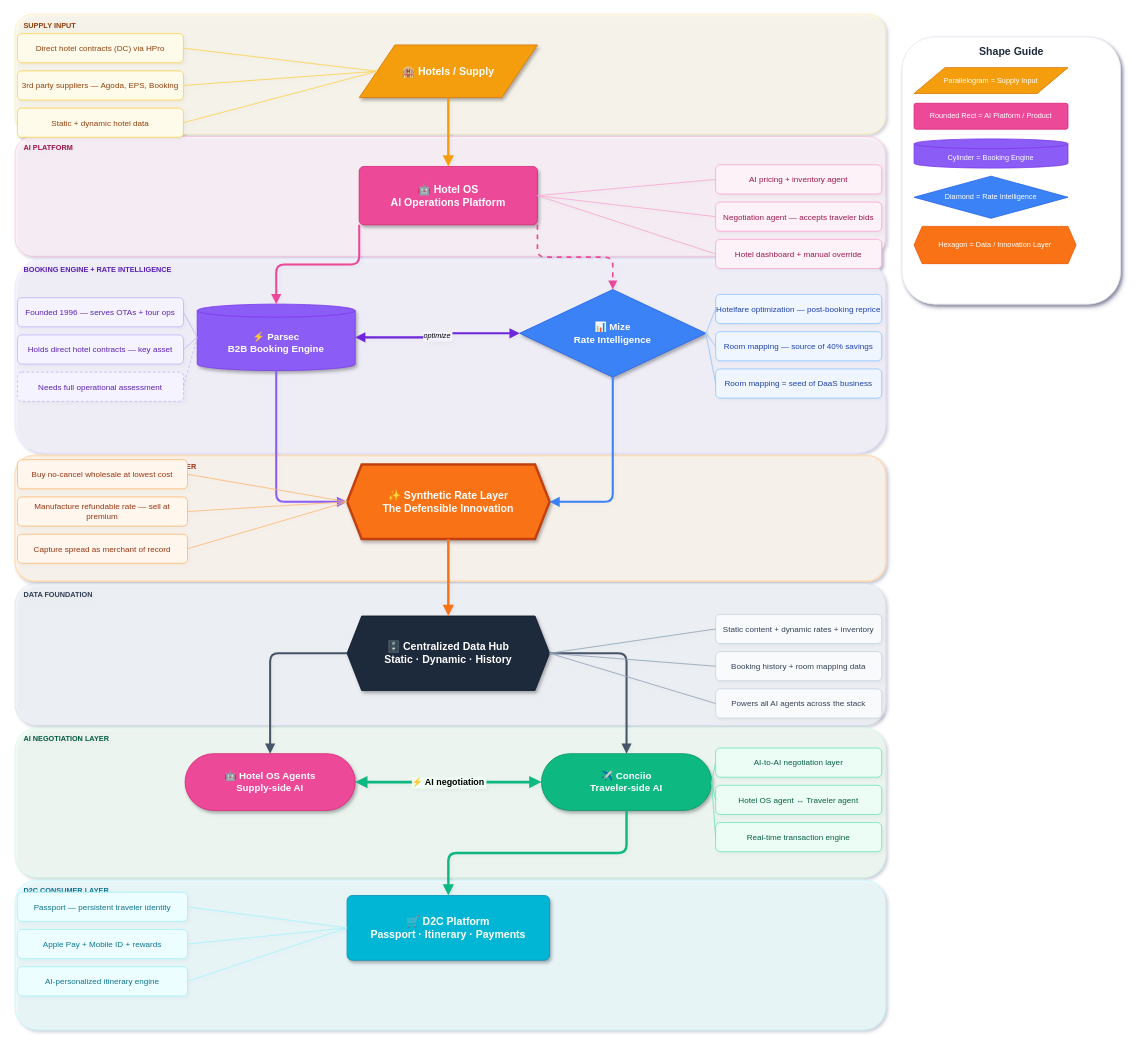
inyoungjuliachung-max/draw_flowchart keeps this draw.io diagram as yanolja_platform_flow.drawio. Above is the earlier version. Source tidied: cells renumbered, new cells numbered last; positions are measured from the earlier drawing's top-left corner, leaving out a move shared by most shapes. Both pictures are drawn from the tidied source at 81%, with x=0, y=0 at pixel (15, 14).
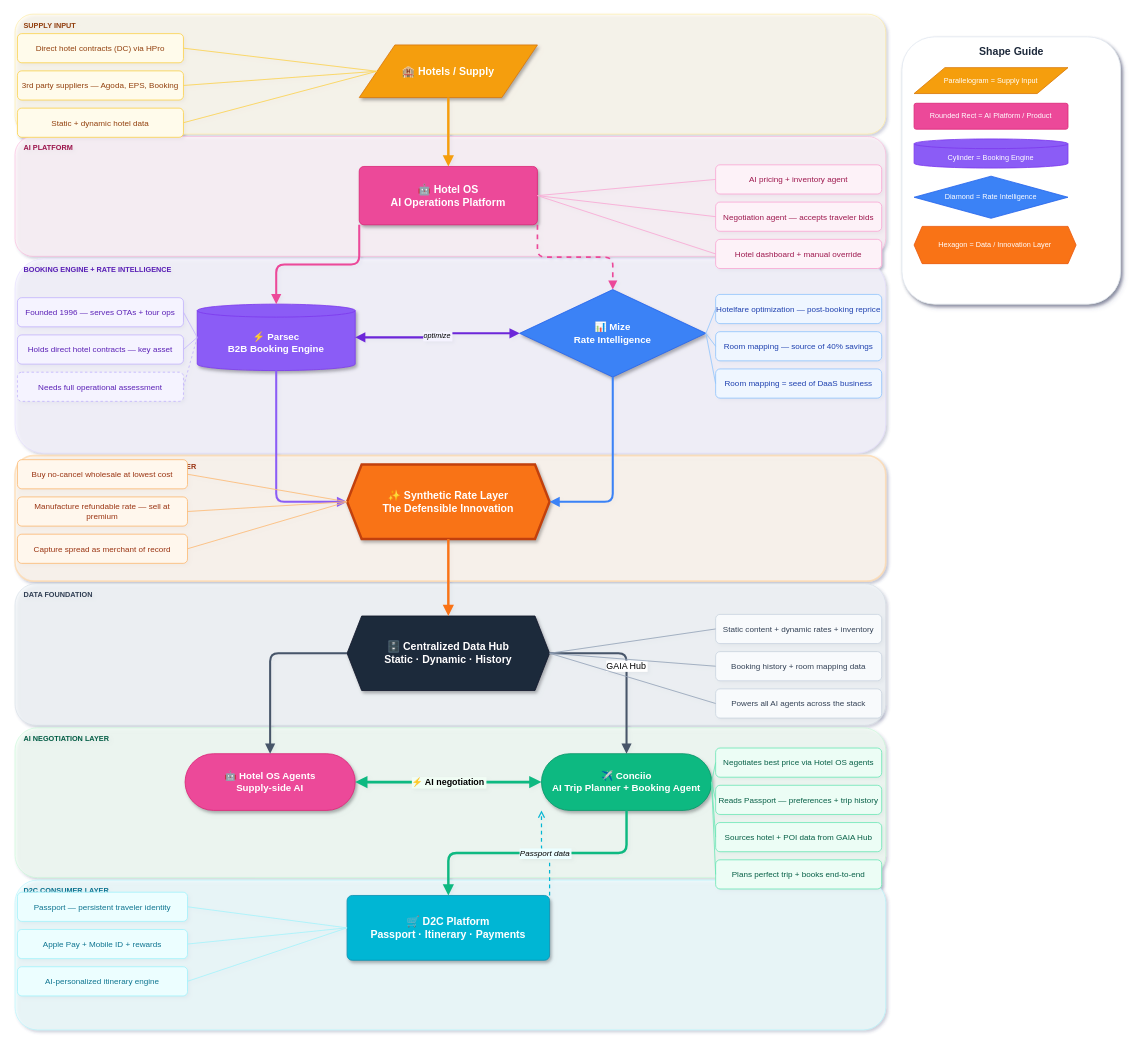
The same page after the edit.

Commit message:
Update Conciio: AI trip planner with Passport, GAIA Hub negotiation, end-to-end booking

Unchanged cells that the change refers to:
```xml
<mxCell id="21" value="🗄️  Centralized Data Hub&#10;Static · Dynamic · History" style="shape=hexagon;perimeter=hexagonPerimeter2;whiteSpace=wrap;html=1;fillColor=#1e293b;fontColor=#ffffff;strokeColor=#0f172a;fontSize=13;fontStyle=1;shadow=1;fixedSize=1;size=18;" parent="1" vertex="1">
  <mxGeometry x="410" y="743" width="250" height="92" as="geometry" />
</mxCell>
<mxCell id="24" value="🛒  D2C Platform&#10;Passport · Itinerary · Payments" style="rounded=1;arcSize=8;whiteSpace=wrap;html=1;fillColor=#06b6d4;fontColor=#ffffff;strokeColor=#0891b2;fontSize=13;fontStyle=1;shadow=1;" parent="1" vertex="1">
  <mxGeometry x="410" y="1088" width="250" height="80" as="geometry" />
</mxCell>
```

Diff of the diagram source:
```diff
@@
-    <mxCell id="23" value="✈️  Conciio&#10;Traveler-side AI" style="rounded=1;arcSize=50;whiteSpace=wrap;html=1;fillColor=#10b981;fontColor=#ffffff;strokeColor=#059669;fontSize=12;fontStyle=1;shadow=1;" parent="1" vertex="1">
+    <mxCell id="23" value="✈️  Conciio&#10;AI Trip Planner + Booking Agent" style="rounded=1;arcSize=50;whiteSpace=wrap;html=1;fillColor=#10b981;fontColor=#ffffff;strokeColor=#059669;fontSize=12;fontStyle=1;shadow=1;" parent="1" vertex="1">
       <mxGeometry x="650" y="913" width="210" height="70" as="geometry" />
     </mxCell>
@@
-    <mxCell id="46" value="AI-to-AI negotiation layer" style="rounded=1;whiteSpace=wrap;html=1;fillColor=#ecfdf5;fontColor=#065f46;strokeColor=#6ee7b7;fontSize=10;" parent="1" vertex="1">
+    <mxCell id="46" value="Negotiates best price via Hotel OS agents" style="rounded=1;whiteSpace=wrap;html=1;fillColor=#ecfdf5;fontColor=#065f46;strokeColor=#6ee7b7;fontSize=10;" parent="1" vertex="1">
       <mxGeometry x="865" y="906" width="205" height="36" as="geometry" />
     </mxCell>
-    <mxCell id="47" value="Hotel OS agent ↔ Traveler agent" style="rounded=1;whiteSpace=wrap;html=1;fillColor=#ecfdf5;fontColor=#065f46;strokeColor=#6ee7b7;fontSize=10;" parent="1" vertex="1">
+    <mxCell id="47" value="Reads Passport — preferences + trip history" style="rounded=1;whiteSpace=wrap;html=1;fillColor=#ecfdf5;fontColor=#065f46;strokeColor=#6ee7b7;fontSize=10;" parent="1" vertex="1">
       <mxGeometry x="865" y="952" width="205" height="36" as="geometry" />
     </mxCell>
-    <mxCell id="48" value="Real-time transaction engine" style="rounded=1;whiteSpace=wrap;html=1;fillColor=#ecfdf5;fontColor=#065f46;strokeColor=#6ee7b7;fontSize=10;" parent="1" vertex="1">
+    <mxCell id="48" value="Sources hotel + POI data from GAIA Hub" style="rounded=1;whiteSpace=wrap;html=1;fillColor=#ecfdf5;fontColor=#065f46;strokeColor=#6ee7b7;fontSize=10;" parent="1" vertex="1">
       <mxGeometry x="865" y="998" width="205" height="36" as="geometry" />
     </mxCell>
@@
-    <mxCell id="57" style="edgeStyle=orthogonalEdgeStyle;rounded=1;jettySize=auto;exitX=1;exitY=0.5;exitDx=0;exitDy=0;entryX=0.5;entryY=0;entryDx=0;entryDy=0;endArrow=block;endFill=1;strokeWidth=2.5;strokeColor=#475569;" parent="1" edge="1" source="21" target="23">
+    <mxCell id="57" value="GAIA Hub" style="edgeStyle=orthogonalEdgeStyle;rounded=1;jettySize=auto;exitX=1;exitY=0.5;exitDx=0;exitDy=0;entryX=0.5;entryY=0;entryDx=0;entryDy=0;endArrow=block;endFill=1;strokeWidth=2.5;strokeColor=#475569;" parent="1" edge="1" source="21" target="23">
       <mxGeometry relative="1" as="geometry" />
     </mxCell>
@@
+    <mxCell id="91" value="Plans perfect trip + books end-to-end" style="rounded=1;whiteSpace=wrap;html=1;fillColor=#ecfdf5;fontColor=#065f46;strokeColor=#6ee7b7;fontSize=10;" parent="1" vertex="1">
+      <mxGeometry x="865" y="1044" width="205" height="36" as="geometry" />
+    </mxCell>
+    <mxCell id="92" style="endArrow=none;strokeColor=#6ee7b7;strokeWidth=1;rounded=1;exitX=1;exitY=0.5;exitDx=0;exitDy=0;entryX=0;entryY=0.5;entryDx=0;entryDy=0;" parent="1" edge="1" source="23" target="91">
+      <mxGeometry relative="1" as="geometry" />
+    </mxCell>
+    <mxCell id="93" value="Passport data" style="edgeStyle=orthogonalEdgeStyle;rounded=1;exitX=1;exitY=0;exitDx=0;exitDy=0;entryX=0;entryY=1;entryDx=0;entryDy=0;endArrow=open;endFill=0;strokeWidth=1.5;strokeColor=#06b6d4;dashed=1;fontStyle=2;fontSize=10;labelBackgroundColor=#ecfeff;" parent="1" edge="1" source="24" target="23">
+      <mxGeometry relative="1" as="geometry" />
+    </mxCell>
```
